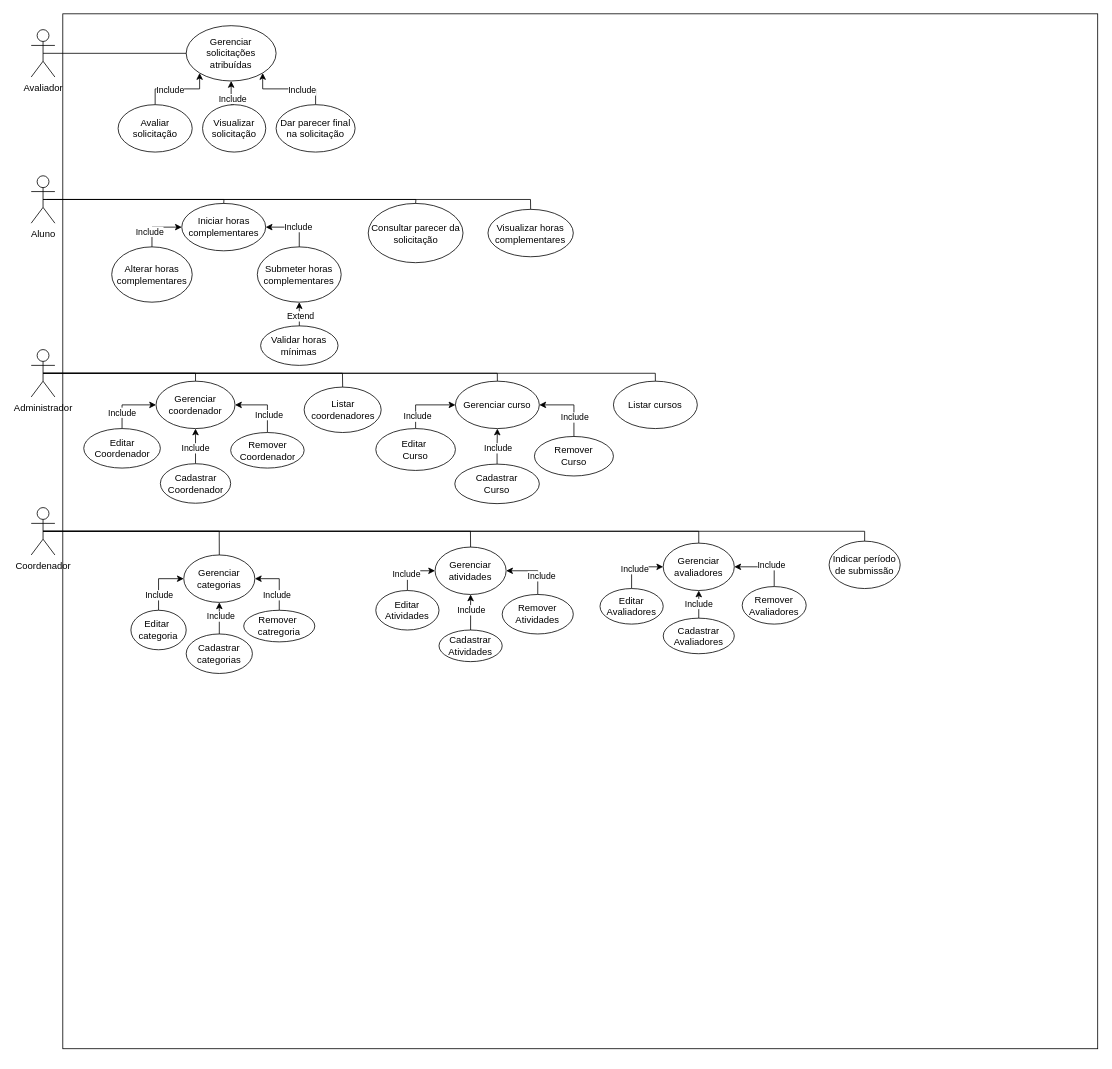
This is trabanalise.drawio from DGzzzzz/ADS_IF, a draw.io file, before an edit. Source tidied: cells renumbered, new cells numbered last; positions are measured from the earlier drawing's top-left corner, leaving out a move shared by most shapes. Both pictures are drawn from the tidied source at 79%, with x=0, y=0 at pixel (31, 13).
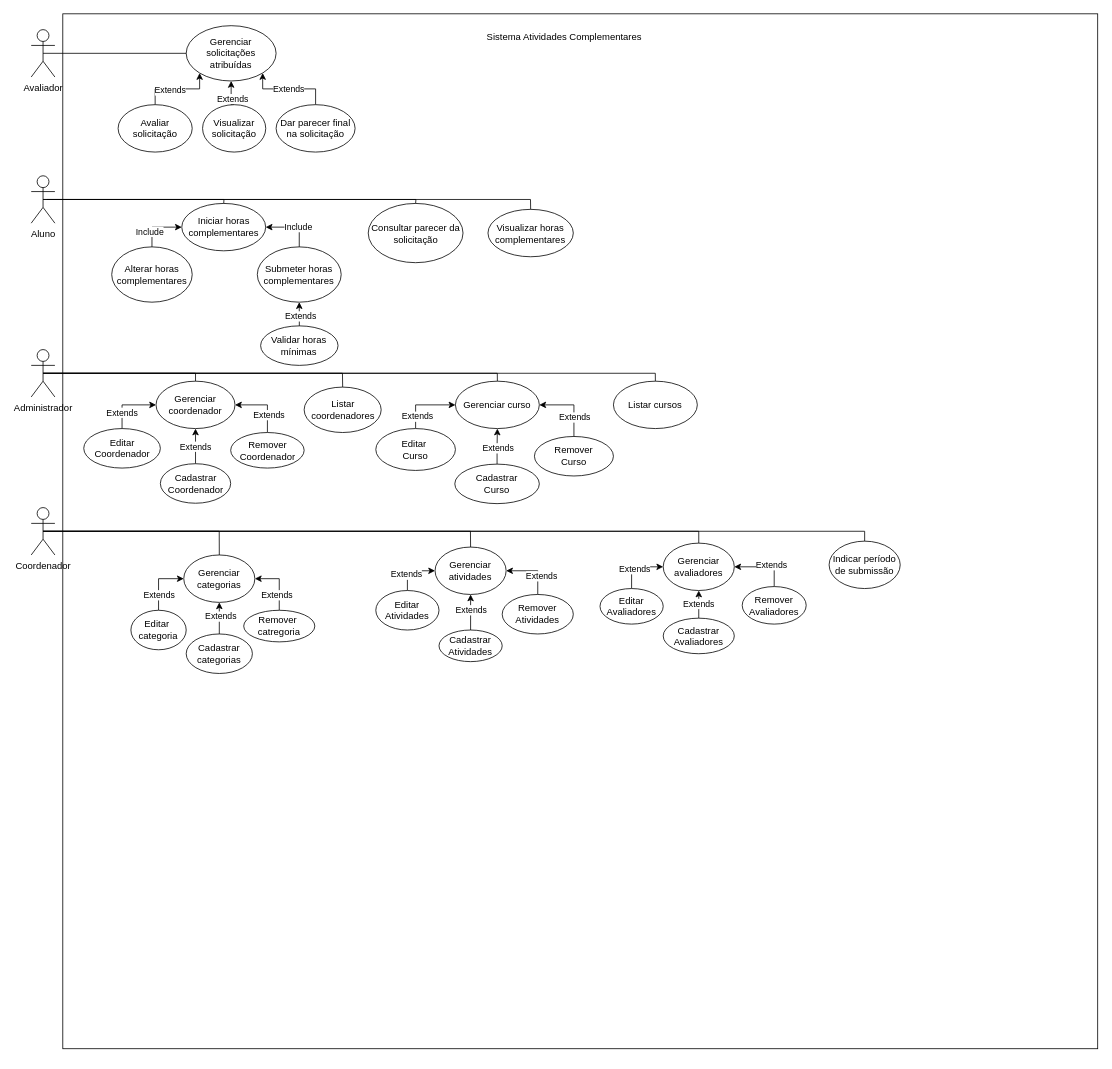
Above is the later version.

The change refers to these unchanged cells:
```xml
<mxCell id="8" value="&lt;span style=&quot;background-color: transparent; color: light-dark(rgb(0, 0, 0), rgb(255, 255, 255));&quot;&gt;Gerenciar coordenador&lt;/span&gt;" style="ellipse;whiteSpace=wrap;html=1;" parent="1" vertex="1">
  <mxGeometry x="158" y="465" width="100" height="60" as="geometry" />
</mxCell>
<mxCell id="14" value="Gerenciar solicitações atribuídas" style="ellipse;whiteSpace=wrap;html=1;" parent="1" vertex="1">
  <mxGeometry x="196.2" y="15" width="113.8" height="70" as="geometry" />
</mxCell>
<mxCell id="24" style="edgeStyle=orthogonalEdgeStyle;rounded=0;jettySize=auto;html=1;exitX=0.5;exitY=0;exitDx=0;exitDy=0;entryX=0;entryY=1;entryDx=0;entryDy=0;" parent="1" edge="1" source="26" target="14">
  <mxGeometry relative="1" as="geometry" />
</mxCell>
<mxCell id="27" style="edgeStyle=orthogonalEdgeStyle;rounded=0;jettySize=auto;html=1;exitX=0.5;exitY=0;exitDx=0;exitDy=0;entryX=0.5;entryY=1;entryDx=0;entryDy=0;" parent="1" edge="1" source="29" target="14">
  <mxGeometry relative="1" as="geometry" />
</mxCell>
<mxCell id="32" value="Dar parecer final na solicitação" style="ellipse;whiteSpace=wrap;html=1;" parent="1" vertex="1">
  <mxGeometry x="310" y="115" width="100" height="60" as="geometry" />
</mxCell>
<mxCell id="33" style="edgeStyle=orthogonalEdgeStyle;rounded=0;jettySize=auto;html=1;exitX=0.5;exitY=0;exitDx=0;exitDy=0;entryX=0;entryY=0.5;entryDx=0;entryDy=0;" parent="1" edge="1" source="35" target="9">
  <mxGeometry relative="1" as="geometry" />
</mxCell>
<mxCell id="36" style="edgeStyle=orthogonalEdgeStyle;rounded=0;jettySize=auto;html=1;exitX=0.5;exitY=0;exitDx=0;exitDy=0;entryX=0.5;entryY=1;entryDx=0;entryDy=0;" parent="1" edge="1" source="38" target="9">
  <mxGeometry relative="1" as="geometry" />
</mxCell>
<mxCell id="39" style="edgeStyle=orthogonalEdgeStyle;rounded=0;jettySize=auto;html=1;exitX=0.5;exitY=0;exitDx=0;exitDy=0;entryX=1;entryY=0.5;entryDx=0;entryDy=0;" parent="1" edge="1" source="41" target="9">
  <mxGeometry relative="1" as="geometry" />
</mxCell>
<mxCell id="42" style="edgeStyle=orthogonalEdgeStyle;rounded=0;jettySize=auto;html=1;exitX=0.5;exitY=0;exitDx=0;exitDy=0;entryX=0;entryY=0.5;entryDx=0;entryDy=0;" parent="1" edge="1" source="44" target="10">
  <mxGeometry relative="1" as="geometry" />
</mxCell>
<mxCell id="45" style="edgeStyle=orthogonalEdgeStyle;rounded=0;jettySize=auto;html=1;exitX=0.5;exitY=0;exitDx=0;exitDy=0;" parent="1" edge="1" source="47" target="10">
  <mxGeometry relative="1" as="geometry" />
</mxCell>
<mxCell id="48" style="edgeStyle=orthogonalEdgeStyle;rounded=0;jettySize=auto;html=1;exitX=0.5;exitY=0;exitDx=0;exitDy=0;entryX=1;entryY=0.5;entryDx=0;entryDy=0;" parent="1" edge="1" source="50" target="10">
  <mxGeometry relative="1" as="geometry" />
</mxCell>
<mxCell id="51" style="edgeStyle=orthogonalEdgeStyle;rounded=0;jettySize=auto;html=1;exitX=0.5;exitY=0;exitDx=0;exitDy=0;entryX=0;entryY=0.5;entryDx=0;entryDy=0;" parent="1" edge="1" source="53" target="11">
  <mxGeometry relative="1" as="geometry" />
</mxCell>
<mxCell id="54" style="edgeStyle=orthogonalEdgeStyle;rounded=0;jettySize=auto;html=1;exitX=0.5;exitY=0;exitDx=0;exitDy=0;" parent="1" edge="1" source="56" target="11">
  <mxGeometry relative="1" as="geometry" />
</mxCell>
<mxCell id="57" style="edgeStyle=orthogonalEdgeStyle;rounded=0;jettySize=auto;html=1;exitX=0.5;exitY=0;exitDx=0;exitDy=0;entryX=1;entryY=0.5;entryDx=0;entryDy=0;" parent="1" edge="1" source="59" target="11">
  <mxGeometry relative="1" as="geometry" />
</mxCell>
<mxCell id="60" style="edgeStyle=orthogonalEdgeStyle;rounded=0;jettySize=auto;html=1;exitX=0.5;exitY=0;exitDx=0;exitDy=0;entryX=0;entryY=0.5;entryDx=0;entryDy=0;" parent="1" edge="1" source="62" target="8">
  <mxGeometry relative="1" as="geometry" />
</mxCell>
<mxCell id="65" value="Cadastrar Coordenador" style="ellipse;whiteSpace=wrap;html=1;" parent="1" vertex="1">
  <mxGeometry x="163.5" y="569.5" width="89" height="50" as="geometry" />
</mxCell>
<mxCell id="66" style="edgeStyle=orthogonalEdgeStyle;rounded=0;jettySize=auto;html=1;exitX=0.5;exitY=0;exitDx=0;exitDy=0;entryX=1;entryY=0.5;entryDx=0;entryDy=0;" parent="1" edge="1" source="68" target="8">
  <mxGeometry relative="1" as="geometry" />
</mxCell>
<mxCell id="69" style="edgeStyle=orthogonalEdgeStyle;rounded=0;jettySize=auto;html=1;exitX=0.5;exitY=0;exitDx=0;exitDy=0;entryX=0;entryY=0.5;entryDx=0;entryDy=0;" parent="1" edge="1" source="71" target="7">
  <mxGeometry relative="1" as="geometry" />
</mxCell>
<mxCell id="72" style="edgeStyle=orthogonalEdgeStyle;rounded=0;jettySize=auto;html=1;exitX=0.5;exitY=0;exitDx=0;exitDy=0;" parent="1" edge="1" source="74" target="7">
  <mxGeometry relative="1" as="geometry" />
</mxCell>
<mxCell id="75" style="edgeStyle=orthogonalEdgeStyle;rounded=0;jettySize=auto;html=1;exitX=0.5;exitY=0;exitDx=0;exitDy=0;entryX=1;entryY=0.5;entryDx=0;entryDy=0;" parent="1" edge="1" source="77" target="7">
  <mxGeometry relative="1" as="geometry" />
</mxCell>
<mxCell id="82" style="edgeStyle=orthogonalEdgeStyle;rounded=0;jettySize=auto;html=1;exitX=0.5;exitY=0;exitDx=0;exitDy=0;entryX=0.5;entryY=1;entryDx=0;entryDy=0;" parent="1" edge="1" source="84" target="20">
  <mxGeometry relative="1" as="geometry" />
</mxCell>
```

The edit, as a diff of the source:
```diff
@@
-    <mxCell id="25" value="Include" style="edgeLabel;html=1;align=center;verticalAlign=middle;" parent="24" vertex="1">
+    <mxCell id="25" value="Extends" style="edgeLabel;html=1;align=center;verticalAlign=middle;" parent="24" vertex="1">
       <mxGeometry x="-0.19" y="-1" relative="1" as="geometry" />
     </mxCell>
@@
-    <mxCell id="28" value="Include" style="edgeLabel;html=1;align=center;verticalAlign=middle;" parent="27" vertex="1">
+    <mxCell id="28" value="Extends" style="edgeLabel;html=1;align=center;verticalAlign=middle;" parent="27" vertex="1">
       <mxGeometry x="-0.27" y="-1" relative="1" as="geometry">
         <mxPoint y="1" as="offset" />
       </mxGeometry>
     </mxCell>
@@
-    <mxCell id="30" style="edgeStyle=orthogonalEdgeStyle;rounded=0;jettySize=auto;html=1;exitX=0.5;exitY=0;exitDx=0;exitDy=0;entryX=1;entryY=1;entryDx=0;entryDy=0;" parent="1" edge="1" source="32" target="14">
+    <mxCell id="30" value="Extends" style="edgeStyle=orthogonalEdgeStyle;rounded=0;jettySize=auto;html=1;exitX=0.5;exitY=0;exitDx=0;exitDy=0;entryX=1;entryY=1;entryDx=0;entryDy=0;" parent="1" edge="1" source="32" target="14">
       <mxGeometry relative="1" as="geometry" />
     </mxCell>
-    <mxCell id="31" value="Include" style="edgeLabel;html=1;align=center;verticalAlign=middle;" parent="30" vertex="1">
-      <mxGeometry x="-0.29" y="1" relative="1" as="geometry" />
-    </mxCell>
@@
-    <mxCell id="34" value="Include" style="edgeLabel;html=1;align=center;verticalAlign=middle;" parent="33" vertex="1">
+    <mxCell id="34" value="Extends" style="edgeLabel;html=1;align=center;verticalAlign=middle;" parent="33" vertex="1">
       <mxGeometry x="-0.44" relative="1" as="geometry" />
     </mxCell>
@@
-    <mxCell id="37" value="Include" style="edgeLabel;html=1;align=center;verticalAlign=middle;" parent="36" vertex="1">
+    <mxCell id="37" value="Extends" style="edgeLabel;html=1;align=center;verticalAlign=middle;" parent="36" vertex="1">
       <mxGeometry x="0.13" y="-1" relative="1" as="geometry" />
     </mxCell>
@@
-    <mxCell id="40" value="Include" style="edgeLabel;html=1;align=center;verticalAlign=middle;" parent="39" vertex="1">
+    <mxCell id="40" value="Extends" style="edgeLabel;html=1;align=center;verticalAlign=middle;" parent="39" vertex="1">
       <mxGeometry x="-0.44" y="4" relative="1" as="geometry" />
     </mxCell>
@@
-    <mxCell id="43" value="Include" style="edgeLabel;html=1;align=center;verticalAlign=middle;" parent="42" vertex="1">
+    <mxCell id="43" value="Extends" style="edgeLabel;html=1;align=center;verticalAlign=middle;" parent="42" vertex="1">
       <mxGeometry x="-0.31" y="2" relative="1" as="geometry" />
     </mxCell>
@@
-    <mxCell id="46" value="Include" style="edgeLabel;html=1;align=center;verticalAlign=middle;" parent="45" vertex="1">
+    <mxCell id="46" value="Extends" style="edgeLabel;html=1;align=center;verticalAlign=middle;" parent="45" vertex="1">
       <mxGeometry x="0.14" relative="1" as="geometry" />
     </mxCell>
@@
-    <mxCell id="49" value="Include" style="edgeLabel;html=1;align=center;verticalAlign=middle;" parent="48" vertex="1">
+    <mxCell id="49" value="Extends" style="edgeLabel;html=1;align=center;verticalAlign=middle;" parent="48" vertex="1">
       <mxGeometry x="-0.32" y="-4" relative="1" as="geometry" />
     </mxCell>
@@
-    <mxCell id="52" value="Include" style="edgeLabel;html=1;align=center;verticalAlign=middle;" parent="51" vertex="1">
+    <mxCell id="52" value="Extends" style="edgeLabel;html=1;align=center;verticalAlign=middle;" parent="51" vertex="1">
       <mxGeometry x="-0.27" y="-3" relative="1" as="geometry" />
     </mxCell>
@@
-    <mxCell id="55" value="Include" style="edgeLabel;html=1;align=center;verticalAlign=middle;" parent="54" vertex="1">
+    <mxCell id="55" value="Extends" style="edgeLabel;html=1;align=center;verticalAlign=middle;" parent="54" vertex="1">
       <mxGeometry x="-0.15" y="1" relative="1" as="geometry" />
     </mxCell>
@@
-    <mxCell id="58" value="Include" style="edgeLabel;html=1;align=center;verticalAlign=middle;" parent="57" vertex="1">
+    <mxCell id="58" value="Extends" style="edgeLabel;html=1;align=center;verticalAlign=middle;" parent="57" vertex="1">
       <mxGeometry x="-0.22" y="-3" relative="1" as="geometry" />
     </mxCell>
@@
-    <mxCell id="61" value="Include" style="edgeLabel;html=1;align=center;verticalAlign=middle;" parent="60" vertex="1">
+    <mxCell id="61" value="Extends" style="edgeLabel;html=1;align=center;verticalAlign=middle;" parent="60" vertex="1">
       <mxGeometry x="-0.42" y="1" relative="1" as="geometry" />
     </mxCell>
@@
-    <mxCell id="63" style="edgeStyle=orthogonalEdgeStyle;rounded=0;jettySize=auto;html=1;exitX=0.5;exitY=0;exitDx=0;exitDy=0;entryX=0.5;entryY=1;entryDx=0;entryDy=0;" parent="1" edge="1" source="65" target="8">
+    <mxCell id="63" value="Extends" style="edgeStyle=orthogonalEdgeStyle;rounded=0;jettySize=auto;html=1;exitX=0.5;exitY=0;exitDx=0;exitDy=0;entryX=0.5;entryY=1;entryDx=0;entryDy=0;" parent="1" edge="1" source="65" target="8">
       <mxGeometry relative="1" as="geometry" />
     </mxCell>
-    <mxCell id="64" value="Include" style="edgeLabel;html=1;align=center;verticalAlign=middle;" parent="63" vertex="1">
-      <mxGeometry x="-0.11" y="1" relative="1" as="geometry" />
-    </mxCell>
@@
-    <mxCell id="67" value="Include" style="edgeLabel;html=1;align=center;verticalAlign=middle;" parent="66" vertex="1">
+    <mxCell id="67" value="Extends" style="edgeLabel;html=1;align=center;verticalAlign=middle;" parent="66" vertex="1">
       <mxGeometry x="-0.4" relative="1" as="geometry">
         <mxPoint x="1" as="offset" />
       </mxGeometry>
     </mxCell>
@@
-    <mxCell id="70" value="Include" style="edgeLabel;html=1;align=center;verticalAlign=middle;" parent="69" vertex="1">
+    <mxCell id="70" value="Extends" style="edgeLabel;html=1;align=center;verticalAlign=middle;" parent="69" vertex="1">
       <mxGeometry x="-0.6" y="-2" relative="1" as="geometry" />
     </mxCell>
@@
-    <mxCell id="73" value="Include" style="edgeLabel;html=1;align=center;verticalAlign=middle;" parent="72" vertex="1">
+    <mxCell id="73" value="Extends" style="edgeLabel;html=1;align=center;verticalAlign=middle;" parent="72" vertex="1">
       <mxGeometry x="-0.07" y="-1" relative="1" as="geometry" />
     </mxCell>
@@
-    <mxCell id="76" value="Include" style="edgeLabel;html=1;align=center;verticalAlign=middle;" parent="75" vertex="1">
+    <mxCell id="76" value="Extends" style="edgeLabel;html=1;align=center;verticalAlign=middle;" parent="75" vertex="1">
       <mxGeometry x="-0.41" relative="1" as="geometry" />
     </mxCell>
@@
-    <mxCell id="83" value="Extend" style="edgeLabel;html=1;align=center;verticalAlign=middle;" parent="82" vertex="1">
+    <mxCell id="83" value="Extends" style="edgeLabel;html=1;align=center;verticalAlign=middle;" parent="82" vertex="1">
       <mxGeometry x="-0.23" y="-1" relative="1" as="geometry" />
     </mxCell>
@@
+    <mxCell id="95" value="Sistema Atividades Complementares" style="text;html=1;align=center;verticalAlign=middle;whiteSpace=wrap;rounded=0;" parent="1" vertex="1">
+      <mxGeometry x="570" y="15" width="210" height="30" as="geometry" />
+    </mxCell>
```
